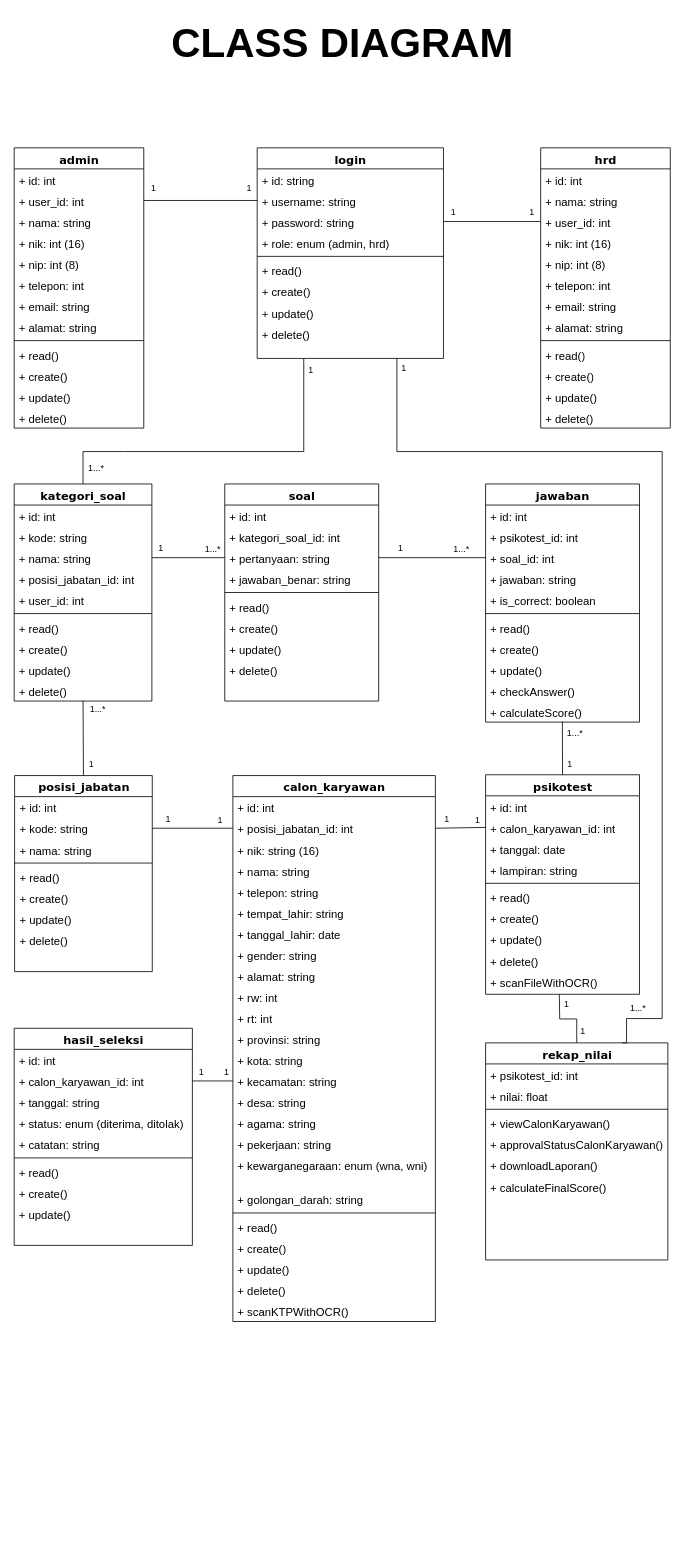
This is page "CLASS DIAGRAM" (4 of 5) of Use Case.drawio from ceceprokani/Diagram-Skripsi, a draw.io file, before an edit. Source tidied: cells renumbered, new cells numbered last; positions are measured from the earlier drawing's top-left corner, leaving out a move shared by most shapes. Both pictures are drawn from the tidied source at 81%, with x=0, y=0 at pixel (14, 14).
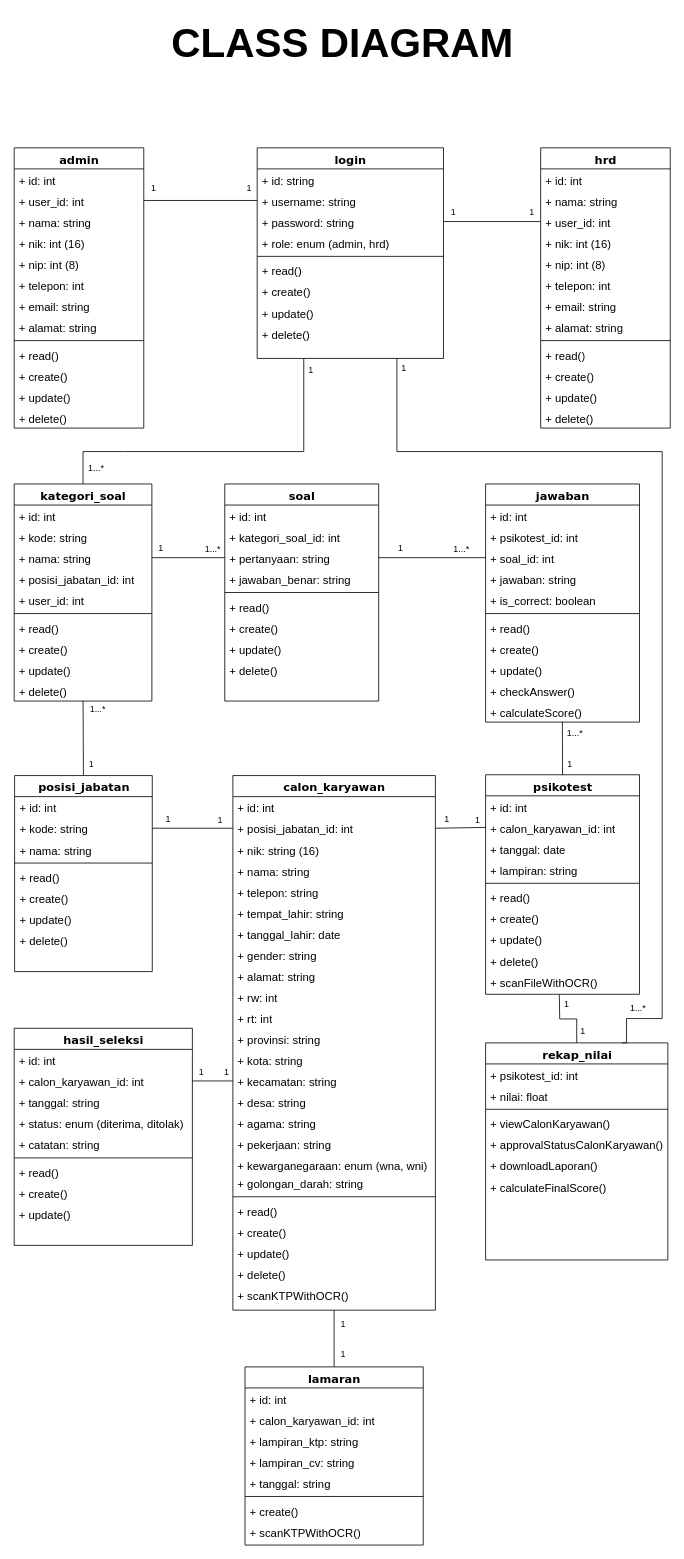
The same diagram, later.

Commit message:
Update class diagram

What changed in the source:
```diff
@@
     <mxCell id="26" value="calon_karyawan" style="swimlane;html=1;fontStyle=1;align=center;verticalAlign=top;horizontal=1;startSize=26;swimlaneFillColor=#ffffff;rounded=0;shadow=0;comic=0;labelBackgroundColor=none;strokeWidth=1;fillColor=none;fontFamily=Verdana;fontSize=14;" parent="1" vertex="1">
-      <mxGeometry x="270" y="940" width="250" height="674" as="geometry" />
+      <mxGeometry x="270" y="940" width="250" height="660" as="geometry" />
     </mxCell>
@@
     <mxCell id="44" value="+ kewarganegaraan&lt;span style=&quot;background-color: transparent; color: light-dark(rgb(0, 0, 0), rgb(255, 255, 255));&quot;&gt;: enum (wna, wni)&lt;/span&gt;" style="text;html=1;strokeColor=none;fillColor=none;align=left;verticalAlign=top;spacingLeft=4;spacingRight=4;whiteSpace=wrap;overflow=hidden;fontSize=14;" parent="26" vertex="1">
-      <mxGeometry y="468" width="250" height="42" as="geometry" />
+      <mxGeometry y="468" width="250" height="22" as="geometry" />
     </mxCell>
     <mxCell id="45" value="+ golongan_darah&lt;span style=&quot;background-color: transparent; color: light-dark(rgb(0, 0, 0), rgb(255, 255, 255));&quot;&gt;: string&lt;/span&gt;" style="text;html=1;strokeColor=none;fillColor=none;align=left;verticalAlign=top;spacingLeft=4;spacingRight=4;whiteSpace=wrap;overflow=hidden;fontSize=14;" parent="26" vertex="1">
-      <mxGeometry y="510" width="250" height="26" as="geometry" />
+      <mxGeometry y="490" width="250" height="26" as="geometry" />
     </mxCell>
     <mxCell id="46" style="line;html=1;strokeWidth=1;fillColor=none;align=left;verticalAlign=middle;spacingTop=-1;spacingLeft=3;spacingRight=3;labelPosition=right;fontSize=14;" parent="26" vertex="1">
-      <mxGeometry y="536" width="250" height="8" as="geometry" />
+      <mxGeometry y="516" width="250" height="8" as="geometry" />
     </mxCell>
     <mxCell id="47" value="+ read()" style="text;html=1;strokeColor=none;fillColor=none;align=left;verticalAlign=top;spacingLeft=4;spacingRight=4;whiteSpace=wrap;overflow=hidden;fontSize=14;" parent="26" vertex="1">
-      <mxGeometry y="544" width="250" height="26" as="geometry" />
+      <mxGeometry y="524" width="250" height="26" as="geometry" />
     </mxCell>
     <mxCell id="48" value="+ create()" style="text;html=1;strokeColor=none;fillColor=none;align=left;verticalAlign=top;spacingLeft=4;spacingRight=4;whiteSpace=wrap;overflow=hidden;fontSize=14;" parent="26" vertex="1">
-      <mxGeometry y="570" width="250" height="26" as="geometry" />
+      <mxGeometry y="550" width="250" height="26" as="geometry" />
     </mxCell>
     <mxCell id="49" value="+ update()" style="text;html=1;strokeColor=none;fillColor=none;align=left;verticalAlign=top;spacingLeft=4;spacingRight=4;whiteSpace=wrap;overflow=hidden;fontSize=14;" parent="26" vertex="1">
-      <mxGeometry y="596" width="250" height="26" as="geometry" />
+      <mxGeometry y="576" width="250" height="26" as="geometry" />
     </mxCell>
     <mxCell id="50" value="+ delete()" style="text;html=1;strokeColor=none;fillColor=none;align=left;verticalAlign=top;spacingLeft=4;spacingRight=4;whiteSpace=wrap;overflow=hidden;fontSize=14;" parent="26" vertex="1">
-      <mxGeometry y="622" width="250" height="26" as="geometry" />
+      <mxGeometry y="602" width="250" height="26" as="geometry" />
     </mxCell>
     <mxCell id="51" value="+ scanKTPWithOCR()" style="text;html=1;strokeColor=none;fillColor=none;align=left;verticalAlign=top;spacingLeft=4;spacingRight=4;whiteSpace=wrap;overflow=hidden;fontSize=14;" parent="26" vertex="1">
-      <mxGeometry y="648" width="250" height="26" as="geometry" />
+      <mxGeometry y="628" width="250" height="26" as="geometry" />
     </mxCell>
@@
+    <mxCell id="174" value="lamaran" style="swimlane;html=1;fontStyle=1;align=center;verticalAlign=top;horizontal=1;startSize=26;swimlaneFillColor=#ffffff;rounded=0;shadow=0;comic=0;labelBackgroundColor=none;strokeWidth=1;fillColor=none;fontFamily=Verdana;fontSize=14;" parent="1" vertex="1">
+      <mxGeometry x="285" y="1670" width="220" height="220" as="geometry" />
+    </mxCell>
+    <mxCell id="175" value="+ id: int" style="text;html=1;strokeColor=none;fillColor=none;align=left;verticalAlign=top;spacingLeft=4;spacingRight=4;whiteSpace=wrap;overflow=hidden;fontSize=14;" parent="174" vertex="1">
+      <mxGeometry y="26" width="220" height="26" as="geometry" />
+    </mxCell>
+    <mxCell id="176" value="+ calon_karyawan_id: int" style="text;html=1;strokeColor=none;fillColor=none;align=left;verticalAlign=top;spacingLeft=4;spacingRight=4;whiteSpace=wrap;overflow=hidden;fontSize=14;" parent="174" vertex="1">
+      <mxGeometry y="52" width="220" height="26" as="geometry" />
+    </mxCell>
+    <mxCell id="177" value="+ lampiran_ktp: string" style="text;html=1;strokeColor=none;fillColor=none;align=left;verticalAlign=top;spacingLeft=4;spacingRight=4;whiteSpace=wrap;overflow=hidden;fontSize=14;" parent="174" vertex="1">
+      <mxGeometry y="78" width="220" height="26" as="geometry" />
+    </mxCell>
+    <mxCell id="178" value="+ lampiran_cv: string" style="text;html=1;strokeColor=none;fillColor=none;align=left;verticalAlign=top;spacingLeft=4;spacingRight=4;whiteSpace=wrap;overflow=hidden;fontSize=14;" parent="174" vertex="1">
+      <mxGeometry y="104" width="220" height="26" as="geometry" />
+    </mxCell>
+    <mxCell id="179" value="+ tanggal: string" style="text;html=1;strokeColor=none;fillColor=none;align=left;verticalAlign=top;spacingLeft=4;spacingRight=4;whiteSpace=wrap;overflow=hidden;fontSize=14;" parent="174" vertex="1">
+      <mxGeometry y="130" width="220" height="26" as="geometry" />
+    </mxCell>
+    <mxCell id="180" style="line;html=1;strokeWidth=1;fillColor=none;align=left;verticalAlign=middle;spacingTop=-1;spacingLeft=3;spacingRight=3;labelPosition=right;fontSize=14;" parent="174" vertex="1">
+      <mxGeometry y="156" width="220" height="8" as="geometry" />
+    </mxCell>
+    <mxCell id="181" value="+ create()" style="text;html=1;strokeColor=none;fillColor=none;align=left;verticalAlign=top;spacingLeft=4;spacingRight=4;whiteSpace=wrap;overflow=hidden;fontSize=14;" parent="174" vertex="1">
+      <mxGeometry y="164" width="220" height="26" as="geometry" />
+    </mxCell>
+    <mxCell id="182" value="+ scanKTPWithOCR()" style="text;html=1;strokeColor=none;fillColor=none;align=left;verticalAlign=top;spacingLeft=4;spacingRight=4;whiteSpace=wrap;overflow=hidden;fontSize=14;" parent="174" vertex="1">
+      <mxGeometry y="190" width="220" height="26" as="geometry" />
+    </mxCell>
+    <mxCell id="183" style="endArrow=none;html=1;rounded=0;exitX=0.5;exitY=0;exitDx=0;exitDy=0;entryX=0.5;entryY=1;entryDx=0;entryDy=0;" parent="1" edge="1" source="174" target="26">
+      <mxGeometry relative="1" as="geometry" />
+    </mxCell>
+    <mxCell id="184" value="1" style="edgeLabel;html=1;align=center;verticalAlign=middle;" parent="183" vertex="1">
+      <mxGeometry x="0.6" y="-3" relative="1" as="geometry">
+        <mxPoint x="7" y="2" as="offset" />
+      </mxGeometry>
+    </mxCell>
+    <mxCell id="185" value="1" style="edgeLabel;html=1;align=center;verticalAlign=middle;" parent="183" vertex="1">
+      <mxGeometry x="-0.67" y="1" relative="1" as="geometry">
+        <mxPoint x="11" y="-5" as="offset" />
+      </mxGeometry>
+    </mxCell>
```
